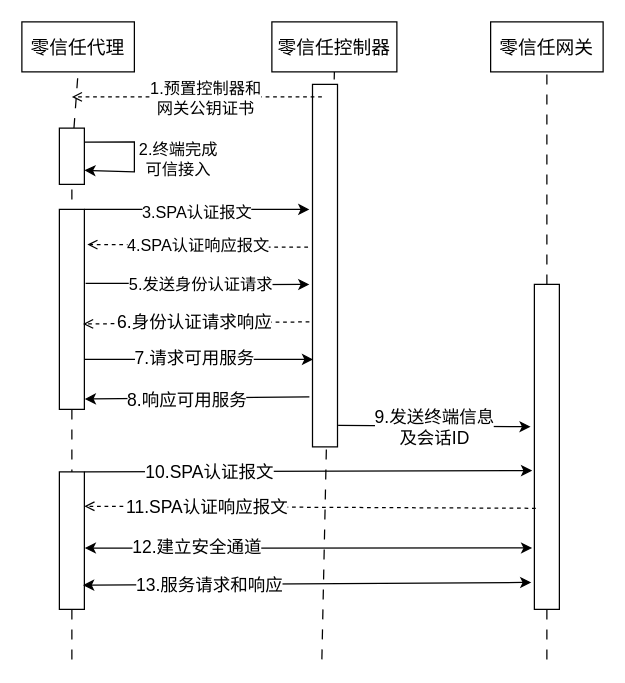
Moose1273/- keeps this draw.io diagram as testDirectory/安全接入流程.drawio. Above is the earlier version. Source tidied: cells renumbered, new cells numbered last; positions are measured from the earlier drawing's top-left corner, leaving out a move shared by most shapes. Both pictures are drawn from the tidied source at 125%, with x=0, y=0 at pixel (21, 21).
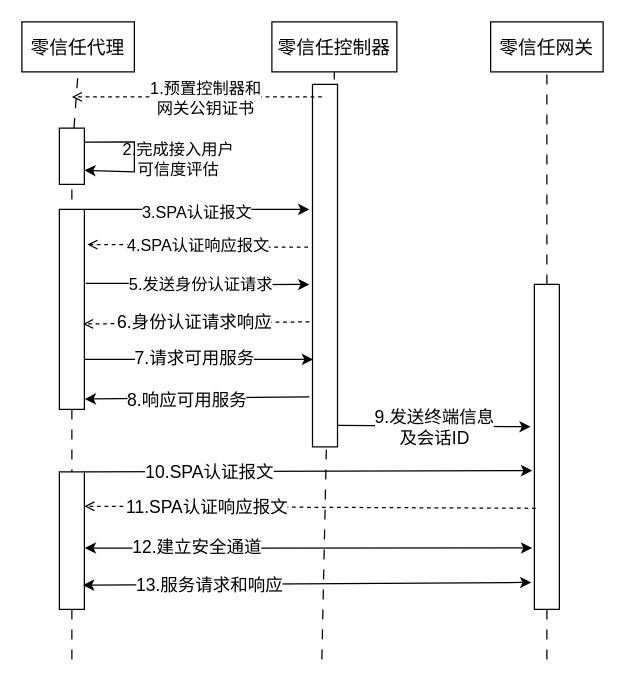
Above is the later version.

Commit message:
更新安全接入流程.drawio

The edit, as a diff of the source:
```diff
@@
-    <mxCell id="10" value="&lt;font style=&quot;font-size: 13px;&quot;&gt;2.终端完成&lt;/font&gt;&lt;div&gt;&lt;font style=&quot;font-size: 13px;&quot;&gt;可信接入&lt;/font&gt;&lt;/div&gt;" style="text;html=1;align=center;verticalAlign=middle;strokeColor=none;fillColor=none;" parent="1" vertex="1">
-      <mxGeometry x="80" y="90" width="90" height="40" as="geometry" />
+    <mxCell id="10" value="&lt;font style=&quot;font-size: 13px;&quot;&gt;2.完成接入用户&lt;/font&gt;&lt;div&gt;&lt;font style=&quot;font-size: 13px;&quot;&gt;可信度评估&lt;/font&gt;&lt;/div&gt;" style="text;html=1;align=center;verticalAlign=middle;strokeColor=none;fillColor=none;" parent="1" vertex="1">
+      <mxGeometry x="70" y="90" width="110" height="40" as="geometry" />
     </mxCell>
```
